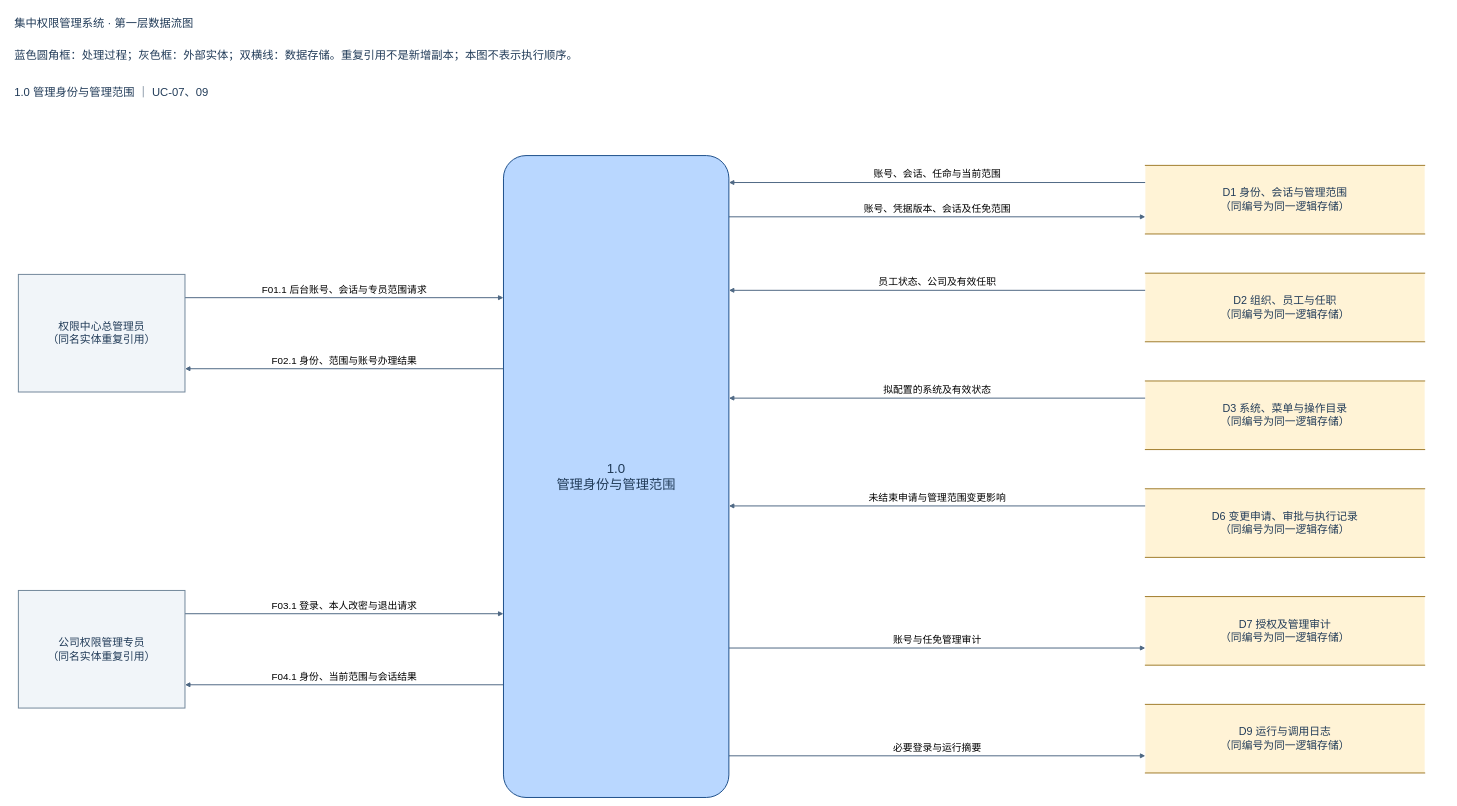
Earlier version of the draw.io diagram docs/按用例分类/UC-07_配置管理员及管理范围/P1_第一层分区.drawio (Noah-hope/RBAC-admin). Source tidied: cells renumbered, new cells numbered last; positions are measured from the earlier drawing's top-left corner, leaving out a move shared by most shapes. Both pictures are drawn from the tidied source at 49%, with x=0, y=0 at pixel (8, 8).
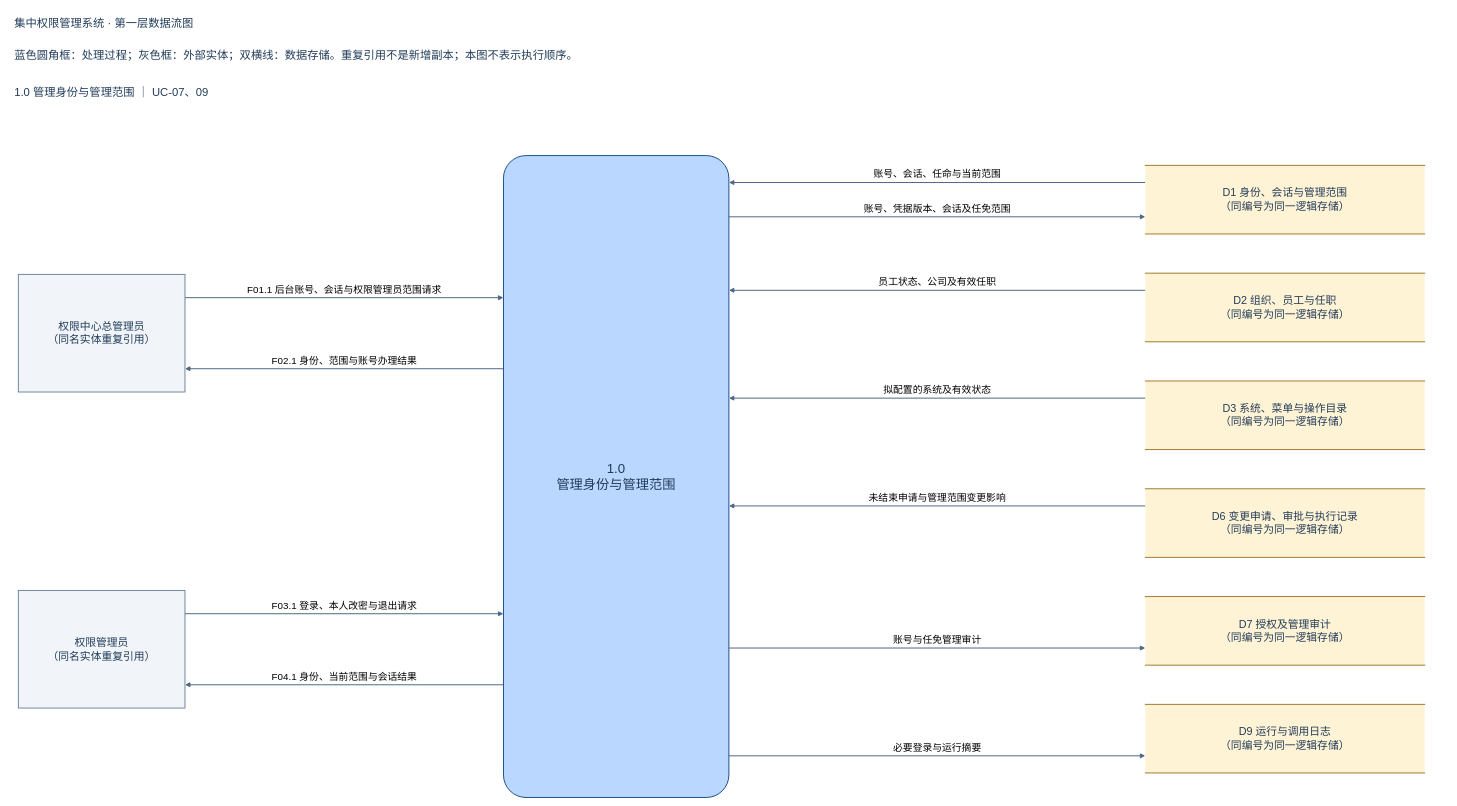
The same diagram, later.

The change refers to these unchanged cells:
```xml
<mxCell id="16" value="1.0&lt;br&gt;管理身份与管理范围" style="html=1;whiteSpace=wrap;fontFamily=Microsoft YaHei;fontSize=22;fontColor=#213b58;align=center;verticalAlign=middle;strokeWidth=2;spacing=12;rounded=1;arcSize=10;fillColor=#b9d7ff;strokeColor=#1c4e8a;fontSize=27;" parent="1" vertex="1">
  <mxGeometry x="1010" y="300" width="460" height="1310" as="geometry" />
</mxCell>
<mxCell id="17" value="权限中心总管理员&lt;br&gt;（同名实体重复引用）" style="html=1;whiteSpace=wrap;fontFamily=Microsoft YaHei;fontSize=22;fontColor=#213b58;align=center;verticalAlign=middle;strokeWidth=2;spacing=12;rounded=0;fillColor=#f1f5f9;strokeColor=#71869a;" parent="1" vertex="1">
  <mxGeometry x="20" y="542.5" width="340" height="240" as="geometry" />
</mxCell>
```

Diff of the diagram source:
```diff
@@
-    <mxCell id="5" value="F01.1 后台账号、会话与专员范围请求" style="html=1;edgeStyle=none;noEdgeStyle=1;rounded=0;curved=0;endArrow=block;endFill=1;strokeColor=#4d6783;strokeWidth=2;fontFamily=Microsoft YaHei;fontSize=20;labelBackgroundColor=#ffffff;exitX=1.0;exitY=0.19791666666666666;entryX=0.0;entryY=0.22137404580152673;exitPerimeter=0;entryPerimeter=0;" parent="1" edge="1" source="17" target="16">
+    <mxCell id="5" value="F01.1 后台账号、会话与权限管理员范围请求" style="html=1;edgeStyle=none;noEdgeStyle=1;rounded=0;curved=0;endArrow=block;endFill=1;strokeColor=#4d6783;strokeWidth=2;fontFamily=Microsoft YaHei;fontSize=20;labelBackgroundColor=#ffffff;exitX=1.0;exitY=0.19791666666666666;entryX=0.0;entryY=0.22137404580152673;exitPerimeter=0;entryPerimeter=0;" parent="1" edge="1" source="17" target="16">
       <mxGeometry relative="1" as="geometry">
         <mxPoint y="-18" as="offset" />
       </mxGeometry>
     </mxCell>
@@
-    <mxCell id="18" value="公司权限管理专员&lt;br&gt;（同名实体重复引用）" style="html=1;whiteSpace=wrap;fontFamily=Microsoft YaHei;fontSize=22;fontColor=#213b58;align=center;verticalAlign=middle;strokeWidth=2;spacing=12;rounded=0;fillColor=#f1f5f9;strokeColor=#71869a;" parent="1" vertex="1">
+    <mxCell id="18" value="权限管理员&lt;br&gt;（同名实体重复引用）" style="html=1;whiteSpace=wrap;fontFamily=Microsoft YaHei;fontSize=22;fontColor=#213b58;align=center;verticalAlign=middle;strokeWidth=2;spacing=12;rounded=0;fillColor=#f1f5f9;strokeColor=#71869a;" parent="1" vertex="1">
       <mxGeometry x="20" y="1187.5" width="340" height="240" as="geometry" />
     </mxCell>
```
